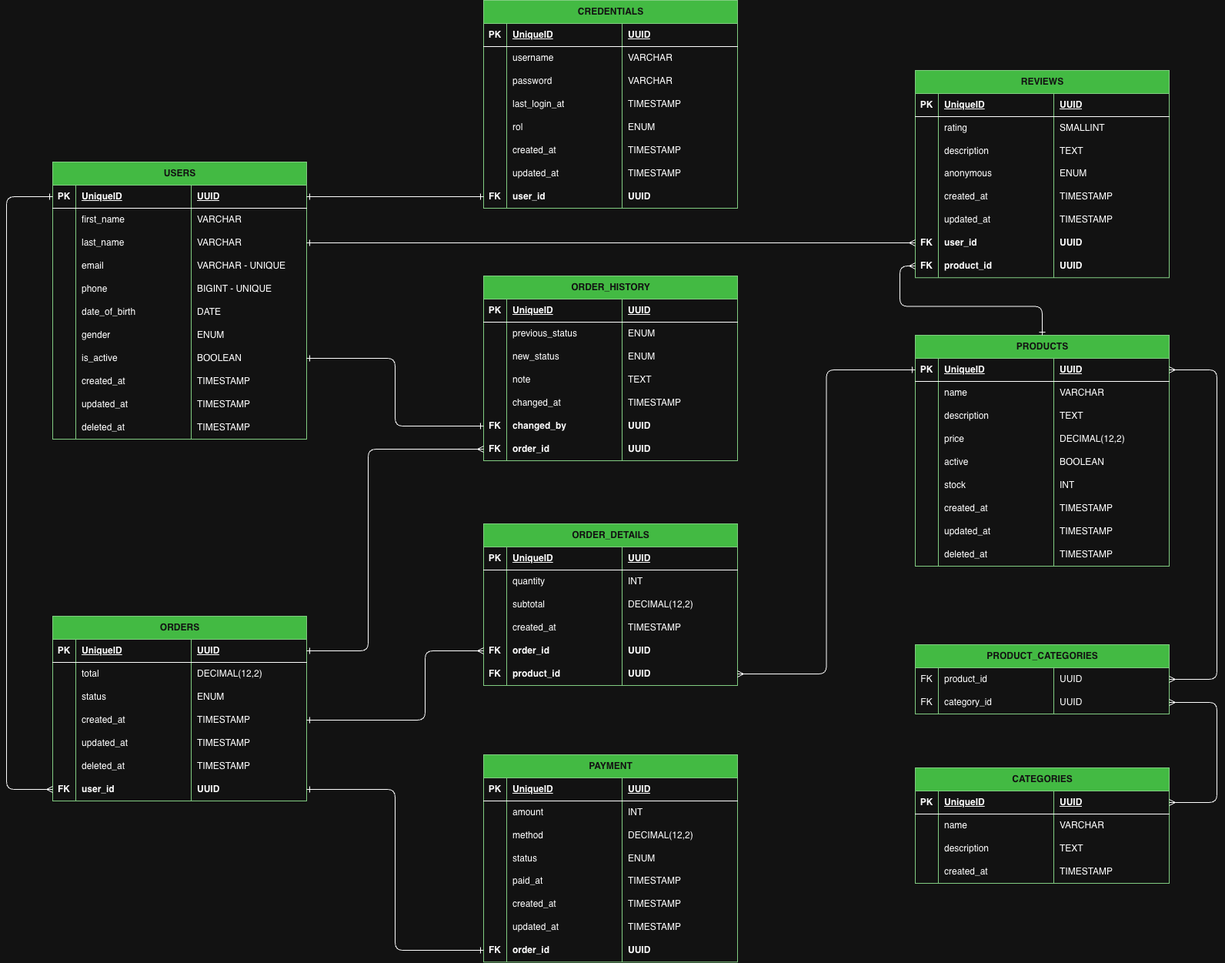
Earlier version of the draw.io export docs/MER_Agronet.drawio.png (Florez05/agronet). Source tidied: cells renumbered, new cells last; positions are measured from the earlier drawing's top-left corner, leaving out a move shared by most shapes.
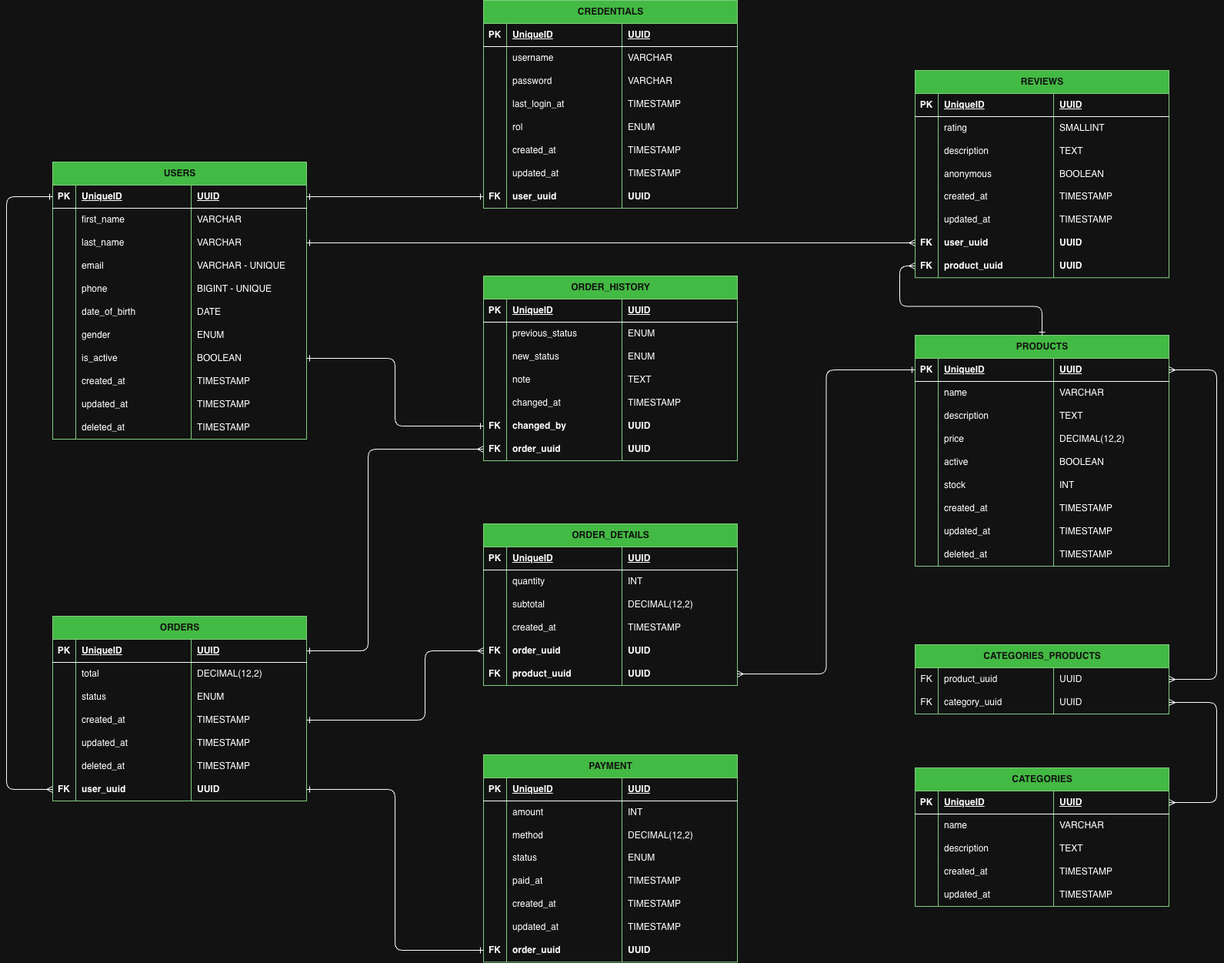
After the change.

Change to the diagram source:
```diff
@@ -230,14 +230,14 @@
     <mxCell id="77" value="&lt;b&gt;FK&lt;/b&gt;" style="shape=partialRectangle;fillColor=none;top=0;left=0;bottom=0;right=0;overflow=hidden;whiteSpace=wrap;html=1;" parent="76" vertex="1">
       <mxGeometry width="30" height="30" as="geometry" />
     </mxCell>
-    <mxCell id="78" value="&lt;b&gt;user_id&lt;/b&gt;" style="shape=partialRectangle;fillColor=none;top=0;left=0;bottom=0;right=0;align=left;spacingLeft=6;overflow=hidden;whiteSpace=wrap;html=1;" parent="76" vertex="1">
+    <mxCell id="78" value="&lt;b&gt;user_uuid&lt;/b&gt;" style="shape=partialRectangle;fillColor=none;top=0;left=0;bottom=0;right=0;align=left;spacingLeft=6;overflow=hidden;whiteSpace=wrap;html=1;" parent="76" vertex="1">
       <mxGeometry x="30" width="150" height="30" as="geometry" />
     </mxCell>
     <mxCell id="79" value="&lt;b&gt;UUID&lt;/b&gt;" style="shape=partialRectangle;fillColor=none;top=0;left=0;bottom=0;right=0;align=left;spacingLeft=6;overflow=hidden;whiteSpace=wrap;html=1;" parent="76" vertex="1">
       <mxGeometry x="180" width="150" height="30" as="geometry" />
     </mxCell>
     <mxCell id="80" value="CATEGORIES" style="shape=table;startSize=30;rowLines=0;fontStyle=1;align=center;html=1;fillColor=#008a00;fontColor=#ffffff;strokeColor=#005700;" parent="1" vertex="1">
-      <mxGeometry x="1181" y="997" width="330" height="150" as="geometry" />
+      <mxGeometry x="1181" y="997" width="330" height="180" as="geometry" />
     </mxCell>
     <mxCell id="81" style="shape=tableRow;horizontal=0;startSize=0;swimlaneHead=0;swimlaneBody=0;fillColor=none;points=[[0,0.5],[1,0.5]];portConstraint=eastwest;top=0;left=0;right=0;bottom=1;" parent="80" vertex="1">
       <mxGeometry y="30" width="330" height="30" as="geometry" />
@@ -287,6 +287,18 @@
     <mxCell id="96" value="TIMESTAMP" style="shape=partialRectangle;fillColor=none;top=0;left=0;bottom=0;right=0;align=left;spacingLeft=6;overflow=hidden;whiteSpace=wrap;html=1;" parent="93" vertex="1">
       <mxGeometry x="180" width="150" height="30" as="geometry" />
     </mxCell>
+    <mxCell id="303" style="shape=tableRow;horizontal=0;startSize=0;swimlaneHead=0;swimlaneBody=0;fillColor=none;top=0;left=0;right=0;bottom=0;" parent="80" vertex="1">
+      <mxGeometry y="150" width="330" height="30" as="geometry" />
+    </mxCell>
+    <mxCell id="304" style="shape=partialRectangle;fillColor=none;top=0;left=0;bottom=0;right=0;overflow=hidden;whiteSpace=wrap;html=1;" parent="303" vertex="1">
+      <mxGeometry width="30" height="30" as="geometry" />
+    </mxCell>
+    <mxCell id="305" value="updated_at" style="shape=partialRectangle;fillColor=none;top=0;left=0;bottom=0;right=0;align=left;spacingLeft=6;overflow=hidden;whiteSpace=wrap;html=1;" parent="303" vertex="1">
+      <mxGeometry x="30" width="150" height="30" as="geometry" />
+    </mxCell>
+    <mxCell id="306" value="TIMESTAMP" style="shape=partialRectangle;fillColor=none;top=0;left=0;bottom=0;right=0;align=left;spacingLeft=6;overflow=hidden;whiteSpace=wrap;html=1;" parent="303" vertex="1">
+      <mxGeometry x="180" width="150" height="30" as="geometry" />
+    </mxCell>
     <mxCell id="97" value="PRODUCTS" style="shape=table;startSize=30;rowLines=0;fontStyle=1;align=center;html=1;fillColor=#008a00;fontColor=#ffffff;strokeColor=#005700;" parent="1" vertex="1">
       <mxGeometry x="1181" y="435" width="330" height="300" as="geometry" />
     </mxCell>
@@ -398,7 +410,7 @@
     <mxCell id="133" value="TIMESTAMP" style="shape=partialRectangle;fillColor=none;top=0;left=0;bottom=0;right=0;align=left;spacingLeft=6;overflow=hidden;whiteSpace=wrap;html=1;" parent="130" vertex="1">
       <mxGeometry x="180" width="150" height="30" as="geometry" />
     </mxCell>
-    <mxCell id="134" value="PRODUCT_CATEGORIES" style="shape=table;startSize=30;rowLines=0;fontStyle=1;align=center;html=1;fillColor=#008a00;fontColor=#ffffff;strokeColor=#005700;" parent="1" vertex="1">
+    <mxCell id="134" value="CATEGORIES_PRODUCTS" style="shape=table;startSize=30;rowLines=0;fontStyle=1;align=center;html=1;fillColor=#008a00;fontColor=#ffffff;strokeColor=#005700;" parent="1" vertex="1">
       <mxGeometry x="1181" y="837" width="330" height="90" as="geometry" />
     </mxCell>
     <mxCell id="135" style="shape=tableRow;horizontal=0;startSize=0;swimlaneHead=0;swimlaneBody=0;fillColor=none;points=[[0,0.5],[1,0.5]];portConstraint=eastwest;top=0;left=0;right=0;bottom=0;" parent="134" vertex="1">
@@ -407,7 +419,7 @@
     <mxCell id="136" value="FK" style="shape=partialRectangle;fillColor=none;top=0;left=0;bottom=0;right=0;overflow=hidden;whiteSpace=wrap;html=1;" parent="135" vertex="1">
       <mxGeometry width="30" height="30" as="geometry" />
     </mxCell>
-    <mxCell id="137" value="product_id" style="shape=partialRectangle;fillColor=none;top=0;left=0;bottom=0;right=0;align=left;spacingLeft=6;overflow=hidden;whiteSpace=wrap;html=1;" parent="135" vertex="1">
+    <mxCell id="137" value="product_uuid" style="shape=partialRectangle;fillColor=none;top=0;left=0;bottom=0;right=0;align=left;spacingLeft=6;overflow=hidden;whiteSpace=wrap;html=1;" parent="135" vertex="1">
       <mxGeometry x="30" width="150" height="30" as="geometry" />
     </mxCell>
     <mxCell id="138" value="UUID" style="shape=partialRectangle;fillColor=none;top=0;left=0;bottom=0;right=0;align=left;spacingLeft=6;overflow=hidden;whiteSpace=wrap;html=1;" parent="135" vertex="1">
@@ -419,7 +431,7 @@
     <mxCell id="140" value="FK" style="shape=partialRectangle;fillColor=none;top=0;left=0;bottom=0;right=0;overflow=hidden;whiteSpace=wrap;html=1;" parent="139" vertex="1">
       <mxGeometry width="30" height="30" as="geometry" />
     </mxCell>
-    <mxCell id="141" value="category_id" style="shape=partialRectangle;fillColor=none;top=0;left=0;bottom=0;right=0;align=left;spacingLeft=6;overflow=hidden;whiteSpace=wrap;html=1;" parent="139" vertex="1">
+    <mxCell id="141" value="category_uuid" style="shape=partialRectangle;fillColor=none;top=0;left=0;bottom=0;right=0;align=left;spacingLeft=6;overflow=hidden;whiteSpace=wrap;html=1;" parent="139" vertex="1">
       <mxGeometry x="30" width="150" height="30" as="geometry" />
     </mxCell>
     <mxCell id="142" value="UUID" style="shape=partialRectangle;fillColor=none;top=0;left=0;bottom=0;right=0;align=left;spacingLeft=6;overflow=hidden;whiteSpace=wrap;html=1;" parent="139" vertex="1">
@@ -506,7 +518,7 @@
     <mxCell id="169" value="&lt;b&gt;FK&lt;/b&gt;" style="shape=partialRectangle;fillColor=none;top=0;left=0;bottom=0;right=0;overflow=hidden;whiteSpace=wrap;html=1;" parent="168" vertex="1">
       <mxGeometry width="30" height="30" as="geometry" />
     </mxCell>
-    <mxCell id="170" value="&lt;b&gt;user_id&lt;/b&gt;" style="shape=partialRectangle;fillColor=none;top=0;left=0;bottom=0;right=0;align=left;spacingLeft=6;overflow=hidden;whiteSpace=wrap;html=1;" parent="168" vertex="1">
+    <mxCell id="170" value="&lt;b&gt;user_uuid&lt;/b&gt;" style="shape=partialRectangle;fillColor=none;top=0;left=0;bottom=0;right=0;align=left;spacingLeft=6;overflow=hidden;whiteSpace=wrap;html=1;" parent="168" vertex="1">
       <mxGeometry x="30" width="150" height="30" as="geometry" />
     </mxCell>
     <mxCell id="171" value="&lt;b&gt;UUID&lt;/b&gt;" style="shape=partialRectangle;fillColor=none;top=0;left=0;bottom=0;right=0;align=left;spacingLeft=6;overflow=hidden;whiteSpace=wrap;html=1;" parent="168" vertex="1">
@@ -569,7 +581,7 @@
     <mxCell id="190" value="&lt;b&gt;FK&lt;/b&gt;" style="shape=partialRectangle;fillColor=none;top=0;left=0;bottom=0;right=0;overflow=hidden;whiteSpace=wrap;html=1;" parent="189" vertex="1">
       <mxGeometry width="30" height="30" as="geometry" />
     </mxCell>
-    <mxCell id="191" value="&lt;b&gt;order_id&lt;/b&gt;" style="shape=partialRectangle;fillColor=none;top=0;left=0;bottom=0;right=0;align=left;spacingLeft=6;overflow=hidden;whiteSpace=wrap;html=1;" parent="189" vertex="1">
+    <mxCell id="191" value="&lt;b&gt;order_uuid&lt;/b&gt;" style="shape=partialRectangle;fillColor=none;top=0;left=0;bottom=0;right=0;align=left;spacingLeft=6;overflow=hidden;whiteSpace=wrap;html=1;" parent="189" vertex="1">
       <mxGeometry x="30" width="150" height="30" as="geometry" />
     </mxCell>
     <mxCell id="192" value="&lt;b&gt;UUID&lt;/b&gt;" style="shape=partialRectangle;fillColor=none;top=0;left=0;bottom=0;right=0;align=left;spacingLeft=6;overflow=hidden;whiteSpace=wrap;html=1;" parent="189" vertex="1">
@@ -581,7 +593,7 @@
     <mxCell id="194" value="&lt;b&gt;FK&lt;/b&gt;" style="shape=partialRectangle;fillColor=none;top=0;left=0;bottom=0;right=0;overflow=hidden;whiteSpace=wrap;html=1;" parent="193" vertex="1">
       <mxGeometry width="30" height="30" as="geometry" />
     </mxCell>
-    <mxCell id="195" value="&lt;b&gt;product_id&lt;/b&gt;" style="shape=partialRectangle;fillColor=none;top=0;left=0;bottom=0;right=0;align=left;spacingLeft=6;overflow=hidden;whiteSpace=wrap;html=1;" parent="193" vertex="1">
+    <mxCell id="195" value="&lt;b&gt;product_uuid&lt;/b&gt;" style="shape=partialRectangle;fillColor=none;top=0;left=0;bottom=0;right=0;align=left;spacingLeft=6;overflow=hidden;whiteSpace=wrap;html=1;" parent="193" vertex="1">
       <mxGeometry x="30" width="150" height="30" as="geometry" />
     </mxCell>
     <mxCell id="196" value="&lt;b&gt;UUID&lt;/b&gt;" style="shape=partialRectangle;fillColor=none;top=0;left=0;bottom=0;right=0;align=left;spacingLeft=6;overflow=hidden;whiteSpace=wrap;html=1;" parent="193" vertex="1">
@@ -668,7 +680,7 @@
     <mxCell id="223" value="&lt;b&gt;FK&lt;/b&gt;" style="shape=partialRectangle;fillColor=none;top=0;left=0;bottom=0;right=0;overflow=hidden;whiteSpace=wrap;html=1;" parent="222" vertex="1">
       <mxGeometry width="30" height="30" as="geometry" />
     </mxCell>
-    <mxCell id="224" value="&lt;b&gt;order_id&lt;/b&gt;" style="shape=partialRectangle;fillColor=none;top=0;left=0;bottom=0;right=0;align=left;spacingLeft=6;overflow=hidden;whiteSpace=wrap;html=1;" parent="222" vertex="1">
+    <mxCell id="224" value="&lt;b&gt;order_uuid&lt;/b&gt;" style="shape=partialRectangle;fillColor=none;top=0;left=0;bottom=0;right=0;align=left;spacingLeft=6;overflow=hidden;whiteSpace=wrap;html=1;" parent="222" vertex="1">
       <mxGeometry x="30" width="150" height="30" as="geometry" />
     </mxCell>
     <mxCell id="225" value="&lt;b&gt;UUID&lt;/b&gt;" style="shape=partialRectangle;fillColor=none;top=0;left=0;bottom=0;right=0;align=left;spacingLeft=6;overflow=hidden;whiteSpace=wrap;html=1;" parent="222" vertex="1">
@@ -767,7 +779,7 @@
     <mxCell id="256" value="&lt;b&gt;FK&lt;/b&gt;" style="shape=partialRectangle;fillColor=none;top=0;left=0;bottom=0;right=0;overflow=hidden;whiteSpace=wrap;html=1;" parent="255" vertex="1">
       <mxGeometry width="30" height="30" as="geometry" />
     </mxCell>
-    <mxCell id="257" value="&lt;b&gt;order_id&lt;/b&gt;" style="shape=partialRectangle;fillColor=none;top=0;left=0;bottom=0;right=0;align=left;spacingLeft=6;overflow=hidden;whiteSpace=wrap;html=1;" parent="255" vertex="1">
+    <mxCell id="257" value="&lt;b&gt;order_uuid&lt;/b&gt;" style="shape=partialRectangle;fillColor=none;top=0;left=0;bottom=0;right=0;align=left;spacingLeft=6;overflow=hidden;whiteSpace=wrap;html=1;" parent="255" vertex="1">
       <mxGeometry x="30" width="150" height="30" as="geometry" />
     </mxCell>
     <mxCell id="258" value="&lt;b&gt;UUID&lt;/b&gt;" style="shape=partialRectangle;fillColor=none;top=0;left=0;bottom=0;right=0;align=left;spacingLeft=6;overflow=hidden;whiteSpace=wrap;html=1;" parent="255" vertex="1">
@@ -821,7 +833,7 @@
     <mxCell id="274" value="anonymous" style="shape=partialRectangle;fillColor=none;top=0;left=0;bottom=0;right=0;align=left;spacingLeft=6;overflow=hidden;whiteSpace=wrap;html=1;" parent="272" vertex="1">
       <mxGeometry x="30" width="150" height="29" as="geometry" />
     </mxCell>
-    <mxCell id="275" value="ENUM" style="shape=partialRectangle;fillColor=none;top=0;left=0;bottom=0;right=0;align=left;spacingLeft=6;overflow=hidden;whiteSpace=wrap;html=1;" parent="272" vertex="1">
+    <mxCell id="275" value="BOOLEAN" style="shape=partialRectangle;fillColor=none;top=0;left=0;bottom=0;right=0;align=left;spacingLeft=6;overflow=hidden;whiteSpace=wrap;html=1;" parent="272" vertex="1">
       <mxGeometry x="180" width="150" height="29" as="geometry" />
     </mxCell>
     <mxCell id="276" style="shape=tableRow;horizontal=0;startSize=0;swimlaneHead=0;swimlaneBody=0;fillColor=none;top=0;left=0;right=0;bottom=0;" parent="259" vertex="1">
@@ -854,7 +866,7 @@
     <mxCell id="285" value="&lt;b&gt;FK&lt;/b&gt;" style="shape=partialRectangle;fillColor=none;top=0;left=0;bottom=0;right=0;overflow=hidden;whiteSpace=wrap;html=1;" parent="284" vertex="1">
       <mxGeometry width="30" height="30" as="geometry" />
     </mxCell>
-    <mxCell id="286" value="&lt;b&gt;user_id&lt;/b&gt;" style="shape=partialRectangle;fillColor=none;top=0;left=0;bottom=0;right=0;align=left;spacingLeft=6;overflow=hidden;whiteSpace=wrap;html=1;" parent="284" vertex="1">
+    <mxCell id="286" value="&lt;b&gt;user_uuid&lt;/b&gt;" style="shape=partialRectangle;fillColor=none;top=0;left=0;bottom=0;right=0;align=left;spacingLeft=6;overflow=hidden;whiteSpace=wrap;html=1;" parent="284" vertex="1">
       <mxGeometry x="30" width="150" height="30" as="geometry" />
     </mxCell>
     <mxCell id="287" value="&lt;b&gt;UUID&lt;/b&gt;" style="shape=partialRectangle;fillColor=none;top=0;left=0;bottom=0;right=0;align=left;spacingLeft=6;overflow=hidden;whiteSpace=wrap;html=1;" parent="284" vertex="1">
@@ -866,7 +878,7 @@
     <mxCell id="289" value="&lt;b&gt;FK&lt;/b&gt;" style="shape=partialRectangle;fillColor=none;top=0;left=0;bottom=0;right=0;overflow=hidden;whiteSpace=wrap;html=1;" parent="288" vertex="1">
       <mxGeometry width="30" height="30" as="geometry" />
     </mxCell>
-    <mxCell id="290" value="&lt;b&gt;product_id&lt;/b&gt;" style="shape=partialRectangle;fillColor=none;top=0;left=0;bottom=0;right=0;align=left;spacingLeft=6;overflow=hidden;whiteSpace=wrap;html=1;" parent="288" vertex="1">
+    <mxCell id="290" value="&lt;b&gt;product_uuid&lt;/b&gt;" style="shape=partialRectangle;fillColor=none;top=0;left=0;bottom=0;right=0;align=left;spacingLeft=6;overflow=hidden;whiteSpace=wrap;html=1;" parent="288" vertex="1">
       <mxGeometry x="30" width="150" height="30" as="geometry" />
     </mxCell>
     <mxCell id="291" value="&lt;b&gt;UUID&lt;/b&gt;" style="shape=partialRectangle;fillColor=none;top=0;left=0;bottom=0;right=0;align=left;spacingLeft=6;overflow=hidden;whiteSpace=wrap;html=1;" parent="288" vertex="1">
```
